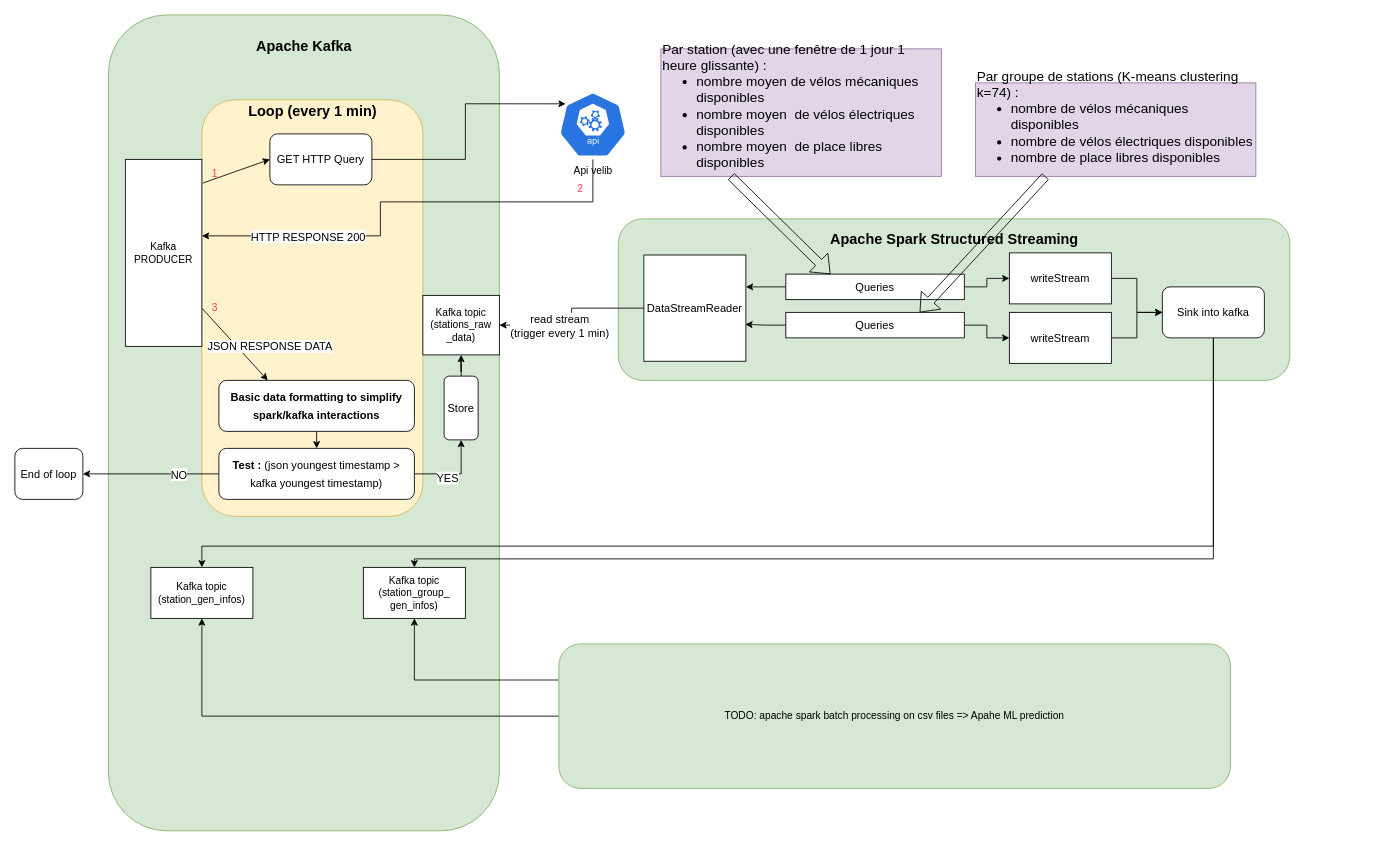
Above: docs/App simple architecture.drawio in NicolasThaize/velib-prj (draw.io), before the change. Source tidied: cells renumbered, new cells numbered last; positions are measured from the earlier drawing's top-left corner, leaving out a move shared by most shapes. Both pictures are drawn from the tidied source at 85%, with x=0, y=0 at pixel (14, 14). Pictures stored in the file or linked from it are replaced by grey dashed boxes.
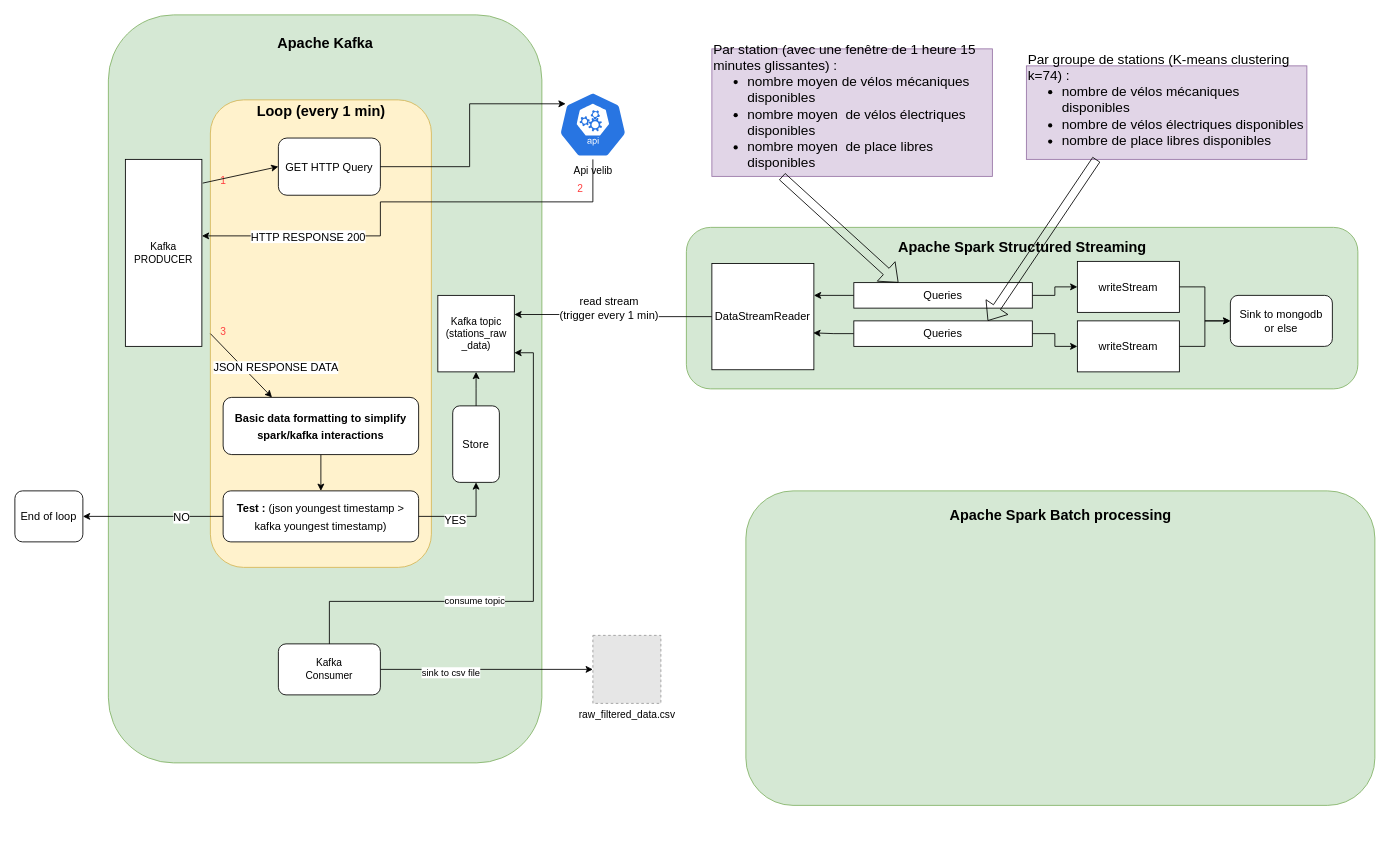
The same page after the edit.

The edit, as a diff of the source:
```diff
@@
-    <mxCell id="2" style="rounded=1;whiteSpace=wrap;html=1;fillColor=#d5e8d4;strokeColor=#82b366;" parent="1" vertex="1">
-      <mxGeometry x="710" y="240" width="790" height="190" as="geometry" />
-    </mxCell>
-    <mxCell id="3" style="group;" parent="1" vertex="1">
-      <mxGeometry x="110" width="460" height="960" as="geometry" />
-    </mxCell>
-    <mxCell id="4" style="rounded=1;whiteSpace=wrap;html=1;fontSize=13;fillColor=#d5e8d4;strokeColor=#82b366;" parent="3" vertex="1">
-      <mxGeometry width="460" height="960" as="geometry" />
+    <mxCell id="4" style="rounded=1;whiteSpace=wrap;html=1;fontSize=13;fillColor=#d5e8d4;strokeColor=#82b366;" parent="1" vertex="1">
+      <mxGeometry x="110" width="510" height="880" as="geometry" />
     </mxCell>
-    <mxCell id="5" value="&lt;font style=&quot;font-size: 17px;&quot;&gt;&lt;b&gt;Apache Kafka&lt;/b&gt;&lt;/font&gt;" style="text;html=1;align=center;verticalAlign=middle;strokeColor=none;fillColor=none;fontSize=13;fontColor=#000000;" parent="3" vertex="1">
-      <mxGeometry x="160" y="22.9" width="140" height="30" as="geometry" />
+    <mxCell id="5" value="&lt;font style=&quot;font-size: 17px;&quot;&gt;&lt;b&gt;Apache Kafka&lt;/b&gt;&lt;/font&gt;" style="text;html=1;align=center;verticalAlign=middle;strokeColor=none;fillColor=none;fontSize=13;fontColor=#000000;" parent="1" vertex="1">
+      <mxGeometry x="295" y="20" width="140" height="30" as="geometry" />
     </mxCell>
-    <mxCell id="6" value="&lt;font style=&quot;font-size: 13px;&quot;&gt;Store&lt;/font&gt;" style="rounded=1;whiteSpace=wrap;html=1;fontSize=17;fontColor=#000000;" parent="3" vertex="1">
-      <mxGeometry x="395" y="425" width="40" height="75" as="geometry" />
+    <mxCell id="6" value="&lt;font style=&quot;font-size: 13px;&quot;&gt;Store&lt;/font&gt;" style="rounded=1;whiteSpace=wrap;html=1;fontSize=17;fontColor=#000000;" parent="1" vertex="1">
+      <mxGeometry x="515.1" y="460" width="54.9" height="90" as="geometry" />
     </mxCell>
-    <mxCell id="7" value="Kafka topic (station_gen_infos)" style="rounded=0;whiteSpace=wrap;html=1;labelBackgroundColor=none;fontColor=#000000;" parent="3" vertex="1">
-      <mxGeometry x="50" y="650" width="120" height="60" as="geometry" />
-    </mxCell>
-    <mxCell id="8" value="Kafka topic (station_group_&lt;br&gt;gen_infos)" style="rounded=0;whiteSpace=wrap;html=1;labelBackgroundColor=none;fontColor=#000000;" parent="3" vertex="1">
-      <mxGeometry x="300" y="650" width="120" height="60" as="geometry" />
-    </mxCell>
+    <mxCell id="2" style="rounded=1;whiteSpace=wrap;html=1;fillColor=#d5e8d4;strokeColor=#82b366;" parent="1" vertex="1">
+      <mxGeometry x="790" y="250" width="790" height="190" as="geometry" />
+    </mxCell>
     <mxCell id="9" style="group;" parent="1" vertex="1">
-      <mxGeometry x="220" y="100" width="260" height="490" as="geometry" />
+      <mxGeometry x="230" y="100" width="260" height="550" as="geometry" />
     </mxCell>
     <mxCell id="10" style="rounded=1;whiteSpace=wrap;html=1;fillColor=#fff2cc;strokeColor=#d6b656;" parent="9" vertex="1">
-      <mxGeometry width="260" height="490" as="geometry" />
+      <mxGeometry width="260" height="550" as="geometry" />
     </mxCell>
@@
     <mxCell id="12" value="&lt;font color=&quot;#ff4040&quot;&gt;1&lt;/font&gt;" style="text;html=1;align=center;verticalAlign=middle;strokeColor=none;fillColor=none;" parent="9" vertex="1">
-      <mxGeometry y="71.5" width="30" height="30" as="geometry" />
+      <mxGeometry y="80.2" width="30" height="30" as="geometry" />
     </mxCell>
     <mxCell id="13" value="&lt;font color=&quot;#ff4040&quot;&gt;3&lt;/font&gt;" style="text;html=1;align=center;verticalAlign=middle;strokeColor=none;fillColor=none;" parent="9" vertex="1">
-      <mxGeometry y="229.7" width="30" height="30" as="geometry" />
+      <mxGeometry y="257.8" width="30" height="30" as="geometry" />
     </mxCell>
     <mxCell id="14" value="GET HTTP Query" style="rounded=1;whiteSpace=wrap;html=1;fontSize=13;fontColor=#000000;" parent="9" vertex="1">
-      <mxGeometry x="80" y="40" width="120" height="60" as="geometry" />
+      <mxGeometry x="80" y="44.9" width="120" height="67.3" as="geometry" />
     </mxCell>
+    <mxCell id="60" style="edgeStyle=orthogonalEdgeStyle;rounded=0;jettySize=auto;html=1;entryX=0.5;entryY=0;entryDx=0;entryDy=0;" parent="9" edge="1" source="15" target="26">
+      <mxGeometry relative="1" as="geometry" />
+    </mxCell>
     <mxCell id="15" value="&lt;span style=&quot;font-size: 13px;&quot;&gt;&lt;b&gt;Basic data formatting to simplify spark/kafka interactions&lt;/b&gt;&lt;/span&gt;" style="rounded=1;whiteSpace=wrap;html=1;fontSize=17;fontColor=#000000;" parent="9" vertex="1">
-      <mxGeometry x="20" y="330" width="230" height="60" as="geometry" />
+      <mxGeometry x="15" y="350" width="230" height="67.3" as="geometry" />
     </mxCell>
@@
+    <mxCell id="26" value="&lt;font style=&quot;font-size: 13px;&quot;&gt;&lt;b&gt;Test : &lt;/b&gt;(json youngest timestamp &amp;gt; kafka youngest timestamp)&lt;/font&gt;" style="rounded=1;whiteSpace=wrap;html=1;fontSize=17;fontColor=#000000;" parent="9" vertex="1">
+      <mxGeometry x="15" y="460" width="230" height="60" as="geometry" />
+    </mxCell>
@@
     <mxCell id="20" value="Kafka topic (stations_raw&lt;br&gt;_data)" style="whiteSpace=wrap;html=1;" parent="1" vertex="1">
-      <mxGeometry x="480" y="330" width="90" height="70" as="geometry" />
+      <mxGeometry x="497.6" y="330" width="90" height="90" as="geometry" />
     </mxCell>
@@
-    <mxCell id="26" value="&lt;font style=&quot;font-size: 13px;&quot;&gt;&lt;b&gt;Test : &lt;/b&gt;(json youngest timestamp &amp;gt; kafka youngest timestamp)&lt;/font&gt;" style="rounded=1;whiteSpace=wrap;html=1;fontSize=17;fontColor=#000000;" parent="1" vertex="1">
-      <mxGeometry x="240" y="510" width="230" height="60" as="geometry" />
-    </mxCell>
     <mxCell id="27" value="End of loop" style="rounded=1;whiteSpace=wrap;html=1;fontSize=13;fontColor=#000000;" parent="1" vertex="1">
-      <mxGeometry y="510" width="80" height="60" as="geometry" />
+      <mxGeometry y="560" width="80" height="60" as="geometry" />
     </mxCell>
-    <mxCell id="28" style="edgeStyle=orthogonalEdgeStyle;rounded=0;jettySize=auto;html=1;entryX=1;entryY=0.5;entryDx=0;entryDy=0;fontSize=13;fontColor=#000000;" parent="1" edge="1" source="30" target="20">
+    <mxCell id="28" style="edgeStyle=orthogonalEdgeStyle;rounded=0;jettySize=auto;html=1;fontSize=13;fontColor=#000000;entryX=1;entryY=0.25;entryDx=0;entryDy=0;" parent="1" edge="1" source="30" target="20">
       <mxGeometry relative="1" as="geometry" />
     </mxCell>
     <mxCell id="29" value="read stream&lt;br&gt;(trigger every 1 min)" style="edgeLabel;html=1;align=center;verticalAlign=middle;fontSize=13;fontColor=#000000;" parent="28" vertex="1">
-      <mxGeometry x="0.26" relative="1" as="geometry" />
+      <mxGeometry x="0.26" relative="1" as="geometry">
+        <mxPoint x="24" y="-8" as="offset" />
+      </mxGeometry>
     </mxCell>
     <mxCell id="30" value="DataStreamReader" style="rounded=0;whiteSpace=wrap;html=1;fontSize=13;fontColor=#000000;" parent="1" vertex="1">
-      <mxGeometry x="740" y="282.5" width="120" height="125" as="geometry" />
+      <mxGeometry x="820" y="292.5" width="120" height="125" as="geometry" />
     </mxCell>
     <mxCell id="31" style="edgeStyle=orthogonalEdgeStyle;rounded=0;jettySize=auto;html=1;fontSize=13;fontColor=#000000;" parent="1" edge="1" source="33">
       <mxGeometry relative="1" as="geometry">
-        <mxPoint x="860" y="320" as="targetPoint" />
+        <mxPoint x="940" y="330" as="targetPoint" />
         <Array as="points">
-          <mxPoint x="860" y="320" />
+          <mxPoint x="940" y="330" />
         </Array>
       </mxGeometry>
     </mxCell>
@@
     <mxCell id="33" value="Queries" style="rounded=0;whiteSpace=wrap;html=1;fontSize=13;fontColor=#000000;" parent="1" vertex="1">
-      <mxGeometry x="907" y="305" width="210" height="30" as="geometry" />
+      <mxGeometry x="987" y="315" width="210" height="30" as="geometry" />
     </mxCell>
@@
     <mxCell id="35" value="writeStream" style="rounded=0;whiteSpace=wrap;html=1;fontSize=13;fontColor=#000000;" parent="1" vertex="1">
-      <mxGeometry x="1170" y="280" width="120" height="60" as="geometry" />
+      <mxGeometry x="1250" y="290" width="120" height="60" as="geometry" />
     </mxCell>
@@
-    <mxCell id="42" style="edgeStyle=orthogonalEdgeStyle;rounded=0;jettySize=auto;html=1;exitX=0.5;exitY=1;exitDx=0;exitDy=0;" parent="1" edge="1" source="44" target="7">
-      <mxGeometry relative="1" as="geometry">
-        <Array as="points">
-          <mxPoint x="1410" y="625" />
-          <mxPoint x="220" y="625" />
-        </Array>
-      </mxGeometry>
-    </mxCell>
-    <mxCell id="43" style="edgeStyle=orthogonalEdgeStyle;rounded=0;jettySize=auto;html=1;entryX=0.5;entryY=0;entryDx=0;entryDy=0;fontColor=#000000;" parent="1" edge="1" source="44" target="8">
-      <mxGeometry relative="1" as="geometry">
-        <Array as="points">
-          <mxPoint x="1410" y="640" />
-        </Array>
-      </mxGeometry>
-    </mxCell>
-    <mxCell id="44" value="Sink into kafka" style="rounded=1;whiteSpace=wrap;html=1;fontSize=13;fontColor=#000000;" parent="1" vertex="1">
-      <mxGeometry x="1350" y="320" width="120" height="60" as="geometry" />
+    <mxCell id="44" value="Sink to mongodb&lt;br&gt;or else" style="rounded=1;whiteSpace=wrap;html=1;fontSize=13;fontColor=#000000;" parent="1" vertex="1">
+      <mxGeometry x="1430" y="330" width="120" height="60" as="geometry" />
     </mxCell>
@@
     <mxCell id="46" value="&lt;font style=&quot;font-size: 17px;&quot;&gt;&lt;b&gt;Apache Spark Structured Streaming&lt;br&gt;&lt;/b&gt;&lt;/font&gt;" style="text;html=1;align=center;verticalAlign=middle;strokeColor=none;fillColor=none;fontSize=13;fontColor=#000000;" parent="1" vertex="1">
-      <mxGeometry x="945" y="250" width="320" height="30" as="geometry" />
+      <mxGeometry x="1025" y="260" width="320" height="30" as="geometry" />
     </mxCell>
-    <mxCell id="47" style="edgeStyle=orthogonalEdgeStyle;rounded=0;jettySize=auto;html=1;exitX=0;exitY=0.25;exitDx=0;exitDy=0;entryX=0.5;entryY=1;entryDx=0;entryDy=0;fontColor=#000000;" parent="1" edge="1" source="49" target="8">
-      <mxGeometry relative="1" as="geometry" />
-    </mxCell>
-    <mxCell id="48" style="edgeStyle=orthogonalEdgeStyle;rounded=0;jettySize=auto;html=1;entryX=0.5;entryY=1;entryDx=0;entryDy=0;fontColor=#000000;" parent="1" edge="1" source="49" target="7">
-      <mxGeometry relative="1" as="geometry" />
-    </mxCell>
-    <mxCell id="49" value="TODO: apache spark batch processing on csv files =&amp;gt; Apahe ML prediction" style="rounded=1;whiteSpace=wrap;html=1;fillColor=#d5e8d4;strokeColor=#82b366;" parent="1" vertex="1">
-      <mxGeometry x="640" y="740" width="790" height="170" as="geometry" />
-    </mxCell>
-    <mxCell id="50" value="&lt;div style=&quot;&quot;&gt;&lt;font face=&quot;Montserrat&quot;&gt;&lt;span style=&quot;font-size: 16px;&quot;&gt;Par station (avec une fenêtre de 1 jour 1 heure glissante) :&lt;/span&gt;&lt;/font&gt;&lt;/div&gt;&lt;ul style=&quot;box-sizing: border-box; margin-top: 0px; margin-bottom: 1rem; font-family: Montserrat; font-size: 16px;&quot;&gt;&lt;li style=&quot;box-sizing: border-box;&quot;&gt;nombre moyen de vélos mécaniques disponibles&lt;/li&gt;&lt;li style=&quot;box-sizing: border-box;&quot;&gt;nombre moyen&amp;nbsp;&amp;nbsp;de vélos électriques disponibles&lt;/li&gt;&lt;li style=&quot;box-sizing: border-box;&quot;&gt;nombre moyen&amp;nbsp;&amp;nbsp;de place libres disponibles&lt;/li&gt;&lt;/ul&gt;" style="text;html=1;strokeColor=#9673a6;fillColor=#e1d5e7;align=left;verticalAlign=middle;whiteSpace=wrap;rounded=0;" parent="1" vertex="1">
-      <mxGeometry x="760" y="40" width="330" height="150" as="geometry" />
+    <mxCell id="50" value="&lt;div style=&quot;&quot;&gt;&lt;font face=&quot;Montserrat&quot;&gt;&lt;span style=&quot;font-size: 16px;&quot;&gt;Par station (avec une fenêtre de 1 heure 15 minutes glissantes) :&lt;/span&gt;&lt;/font&gt;&lt;/div&gt;&lt;ul style=&quot;box-sizing: border-box; margin-top: 0px; margin-bottom: 1rem; font-family: Montserrat; font-size: 16px;&quot;&gt;&lt;li style=&quot;box-sizing: border-box;&quot;&gt;nombre moyen de vélos mécaniques disponibles&lt;/li&gt;&lt;li style=&quot;box-sizing: border-box;&quot;&gt;nombre moyen&amp;nbsp;&amp;nbsp;de vélos électriques disponibles&lt;/li&gt;&lt;li style=&quot;box-sizing: border-box;&quot;&gt;nombre moyen&amp;nbsp;&amp;nbsp;de place libres disponibles&lt;/li&gt;&lt;/ul&gt;" style="text;html=1;strokeColor=#9673a6;fillColor=#e1d5e7;align=left;verticalAlign=middle;whiteSpace=wrap;rounded=0;" parent="1" vertex="1">
+      <mxGeometry x="820" y="40" width="330" height="150" as="geometry" />
     </mxCell>
@@
     <mxCell id="54" value="Queries" style="rounded=0;whiteSpace=wrap;html=1;fontSize=13;fontColor=#000000;" parent="1" vertex="1">
-      <mxGeometry x="907" y="350" width="210" height="30" as="geometry" />
+      <mxGeometry x="987" y="360" width="210" height="30" as="geometry" />
     </mxCell>
@@
     <mxCell id="56" value="writeStream" style="rounded=0;whiteSpace=wrap;html=1;fontSize=13;fontColor=#000000;" parent="1" vertex="1">
-      <mxGeometry x="1170" y="350" width="120" height="60" as="geometry" />
+      <mxGeometry x="1250" y="360" width="120" height="60" as="geometry" />
     </mxCell>
     <mxCell id="57" value="&lt;div style=&quot;&quot;&gt;&lt;font face=&quot;Montserrat&quot;&gt;&lt;span style=&quot;font-size: 16px;&quot;&gt;Par groupe de stations (K-means clustering k=74) :&lt;/span&gt;&lt;/font&gt;&lt;/div&gt;&lt;ul style=&quot;box-sizing: border-box; margin-top: 0px; margin-bottom: 1rem; font-family: Montserrat; font-size: 16px;&quot;&gt;&lt;li style=&quot;box-sizing: border-box;&quot;&gt;nombre de vélos mécaniques disponibles&lt;/li&gt;&lt;li style=&quot;box-sizing: border-box;&quot;&gt;nombre de vélos électriques disponibles&lt;/li&gt;&lt;li style=&quot;box-sizing: border-box;&quot;&gt;nombre de place libres disponibles&lt;/li&gt;&lt;/ul&gt;&lt;div style=&quot;&quot;&gt;&lt;br&gt;&lt;/div&gt;" style="text;html=1;strokeColor=#9673a6;fillColor=#e1d5e7;align=left;verticalAlign=middle;whiteSpace=wrap;rounded=0;" parent="1" vertex="1">
-      <mxGeometry x="1130" y="80" width="330" height="110" as="geometry" />
+      <mxGeometry x="1190" y="60" width="330" height="110" as="geometry" />
     </mxCell>
@@
-    <mxCell id="59" style="endArrow=classic;html=1;rounded=0;fontSize=17;fontColor=#000000;exitX=0.5;exitY=1;exitDx=0;exitDy=0;" parent="1" edge="1" source="15">
-      <mxGeometry relative="1" as="geometry">
-        <mxPoint x="355" y="510" as="targetPoint" />
-      </mxGeometry>
-    </mxCell>
+    <mxCell id="61" value="raw_filtered_data.csv&lt;br&gt;" style="fillColor=#E6E6E6;strokeColor=#999999;dashed=1;html=1;verticalAlign=top;verticalLabelPosition=bottom;labelBackgroundColor=#ffffff;" parent="1" vertex="1">
+      <mxGeometry x="680" y="730" width="80" height="80" as="geometry" />
+    </mxCell>
+    <mxCell id="62" value="consume topic" style="edgeStyle=orthogonalEdgeStyle;rounded=0;jettySize=auto;html=1;entryX=1;entryY=0.75;entryDx=0;entryDy=0;exitX=0.5;exitY=0;exitDx=0;exitDy=0;" parent="1" edge="1" source="65" target="20">
+      <mxGeometry x="-0.27" relative="1" as="geometry">
+        <Array as="points">
+          <mxPoint x="370" y="690" />
+          <mxPoint x="610" y="690" />
+          <mxPoint x="610" y="398" />
+        </Array>
+      </mxGeometry>
+    </mxCell>
+    <mxCell id="63" style="edgeStyle=orthogonalEdgeStyle;rounded=0;jettySize=auto;html=1;entryX=0;entryY=0.5;entryDx=0;entryDy=0;" parent="1" edge="1" source="65" target="61">
+      <mxGeometry relative="1" as="geometry" />
+    </mxCell>
+    <mxCell id="64" value="sink to csv file" style="edgeLabel;html=1;align=center;verticalAlign=middle;" parent="63" vertex="1">
+      <mxGeometry x="-0.34" y="-3" relative="1" as="geometry" />
+    </mxCell>
+    <mxCell id="65" value="Kafka &lt;br&gt;Consumer" style="rounded=1;whiteSpace=wrap;html=1;" parent="1" vertex="1">
+      <mxGeometry x="310" y="740" width="120" height="60" as="geometry" />
+    </mxCell>
+    <mxCell id="66" style="group;" parent="1" vertex="1">
+      <mxGeometry x="860" y="560" width="740" height="370" as="geometry" />
+    </mxCell>
+    <mxCell id="67" style="rounded=1;whiteSpace=wrap;html=1;fontSize=13;fillColor=#d5e8d4;strokeColor=#82b366;" parent="66" vertex="1">
+      <mxGeometry width="740" height="370" as="geometry" />
+    </mxCell>
+    <mxCell id="68" value="&lt;font style=&quot;font-size: 17px;&quot;&gt;&lt;b&gt;Apache Spark Batch processing&lt;br&gt;&lt;/b&gt;&lt;/font&gt;" style="text;html=1;align=center;verticalAlign=middle;strokeColor=none;fillColor=none;fontSize=13;fontColor=#000000;" parent="66" vertex="1">
+      <mxGeometry x="230" y="15" width="280" height="30" as="geometry" />
+    </mxCell>
```
